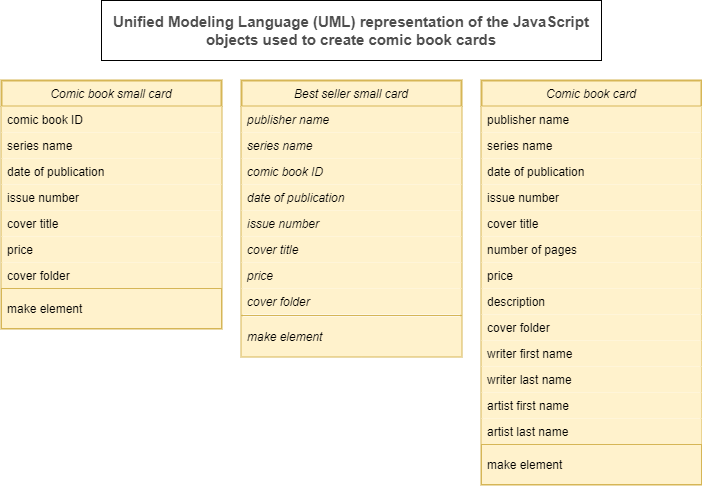
Above: uml/card_js_objects.png in malrau/da_wp_project (draw.io), before the change. Source tidied: cells renumbered, new cells last; positions are measured from the earlier drawing's top-left corner, leaving out a move shared by most shapes.
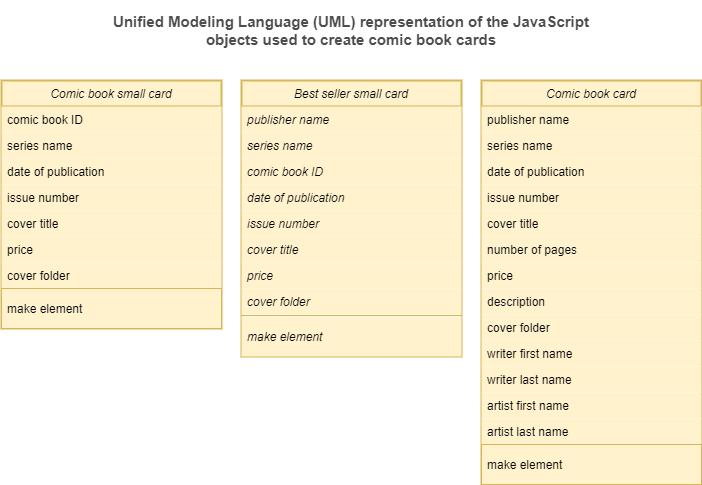
Later version of the same file.

Commit message:
Remove borders in the title of the JavaScript objects UML representation

Change to the diagram source:
```diff
@@ -113,7 +113,7 @@
     <mxCell id="38" value="make element" style="text;align=left;verticalAlign=middle;spacingLeft=4;spacingRight=4;overflow=hidden;fontFamily=Helvetica;fontSize=12;fontStyle=2;fillColor=#fff2cc;strokeColor=none;strokeWidth=1;fontColor=default;" parent="28" vertex="1">
       <mxGeometry y="236" width="220" height="40" as="geometry" />
     </mxCell>
-    <mxCell id="39" value="Unified Modeling Language (UML) representation of the JavaScript objects used to create comic book cards" style="whiteSpace=wrap;html=1;fontSize=15;labelBackgroundColor=none;fontStyle=1;fontColor=#4D4D4D;" parent="1" vertex="1">
+    <mxCell id="39" value="Unified Modeling Language (UML) representation of the JavaScript objects used to create comic book cards" style="whiteSpace=wrap;html=1;fontSize=15;labelBackgroundColor=none;fontStyle=1;fontColor=#4D4D4D;strokeColor=none;" parent="1" vertex="1">
       <mxGeometry x="100" width="500" height="60" as="geometry" />
     </mxCell>
   </root>
```
